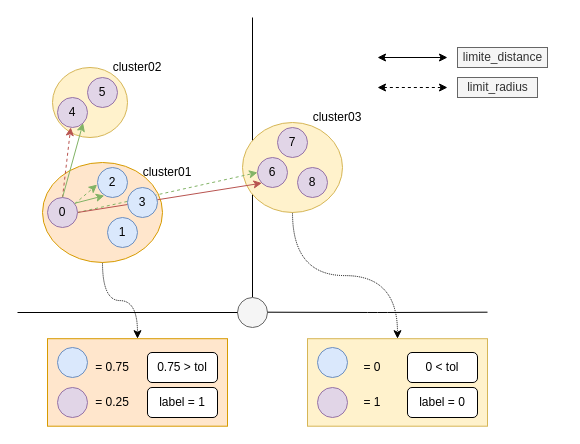
Earlier version of the draw.io diagram page "segmentation" (2 of 3) of .doc/ros_detection_legs.drawio (PouceHeure/ros_detection_legs). Source tidied: cells renumbered, new cells numbered last; positions are measured from the earlier drawing's top-left corner, leaving out a move shared by most shapes. Both pictures are drawn from the tidied source at 100%, with x=0, y=0 at pixel (17, 17).
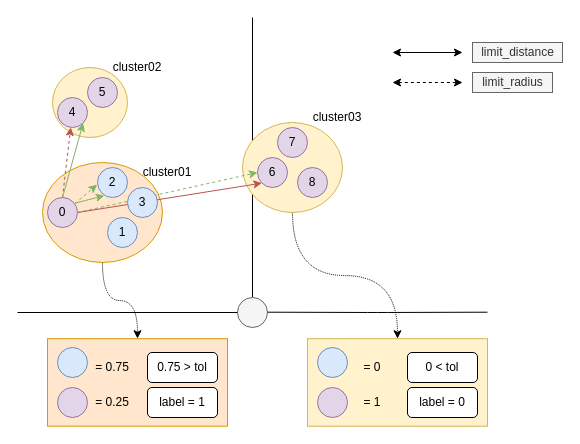
After the change.

What changed in the source:
```diff
@@
     <mxCell id="26" style="endArrow=classic;startArrow=classic;html=1;strokeWidth=1;" parent="1" edge="1">
       <mxGeometry relative="1" as="geometry">
-        <mxPoint x="360" y="40" as="sourcePoint" />
-        <mxPoint x="430" y="40" as="targetPoint" />
+        <mxPoint x="375" y="35" as="sourcePoint" />
+        <mxPoint x="445" y="35" as="targetPoint" />
       </mxGeometry>
     </mxCell>
-    <mxCell id="27" value="limite_distance" style="text;html=1;align=center;verticalAlign=middle;fillColor=#f5f5f5;strokeColor=#666666;fontColor=#333333;" parent="1" vertex="1">
-      <mxGeometry x="440" y="30" width="90" height="20" as="geometry" />
+    <mxCell id="27" value="limit_distance" style="text;html=1;align=center;verticalAlign=middle;fillColor=#f5f5f5;strokeColor=#666666;fontColor=#333333;" parent="1" vertex="1">
+      <mxGeometry x="455" y="25" width="90" height="20" as="geometry" />
     </mxCell>
     <mxCell id="28" style="endArrow=classic;startArrow=classic;html=1;strokeWidth=1;fillColor=#f5f5f5;dashed=1;" parent="1" edge="1">
       <mxGeometry relative="1" as="geometry">
-        <mxPoint x="360" y="70" as="sourcePoint" />
-        <mxPoint x="430" y="70" as="targetPoint" />
+        <mxPoint x="375" y="65" as="sourcePoint" />
+        <mxPoint x="445" y="65" as="targetPoint" />
       </mxGeometry>
     </mxCell>
     <mxCell id="29" value="limit_radius" style="text;html=1;align=center;verticalAlign=middle;fillColor=#f5f5f5;strokeColor=#666666;fontColor=#333333;" parent="1" vertex="1">
-      <mxGeometry x="440" y="60" width="80" height="20" as="geometry" />
+      <mxGeometry x="455" y="55" width="80" height="20" as="geometry" />
     </mxCell>
```
